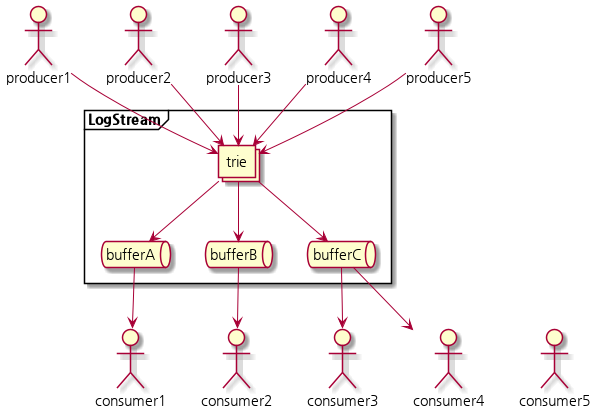
Earlier version of the PlantUML export out/uml/uml/structure.png (diy-cloud/logstream).
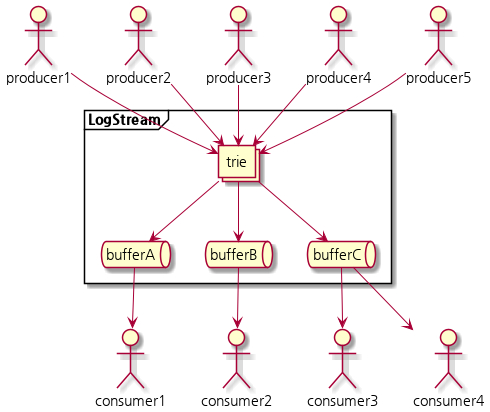
The same diagram one commit later.

Commit message:
recompile uml

Diff of the diagram source:
```diff
@@ -30,7 +30,6 @@
 consumer1 -[hidden]right-> consumer2
 consumer2 -[hidden]right-> consumer3
 consumer3 -[hidden]right-> consumer4
-consumer4 -[hidden]right-> consumer5
 
 producer1 -down-> trie
 producer2 -down-> trie
```
